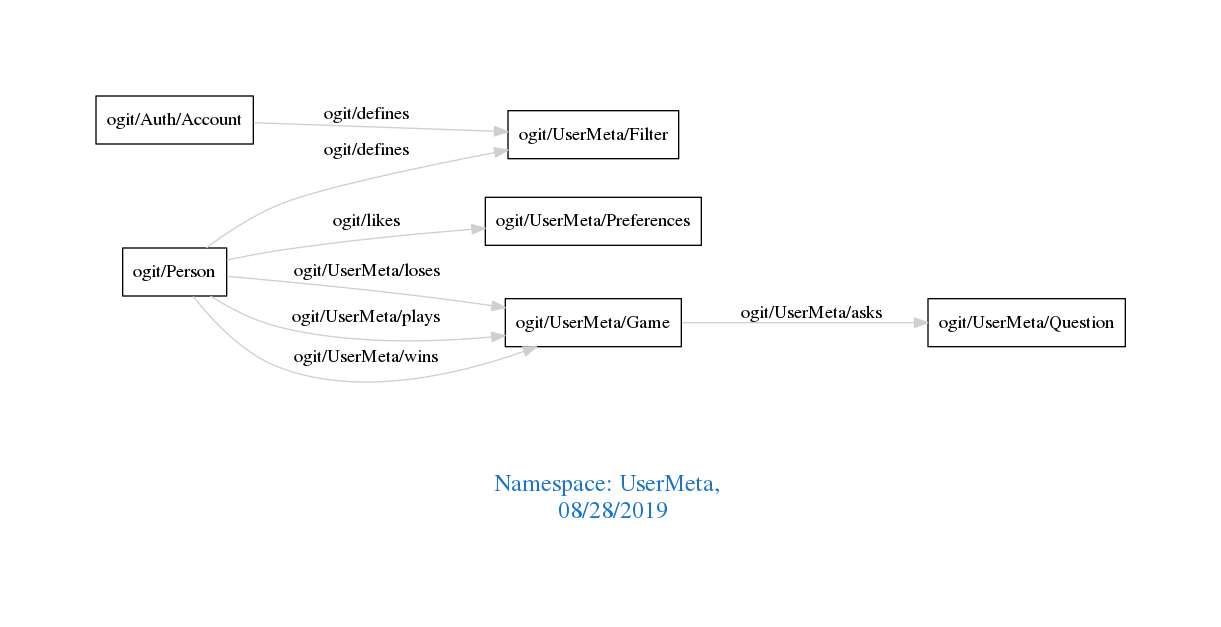
Before: downloads/UserMeta.png, a diagram exported from Graphviz (arago/OGIT). Its source is kept beside it as downloads/UserMeta.dot.
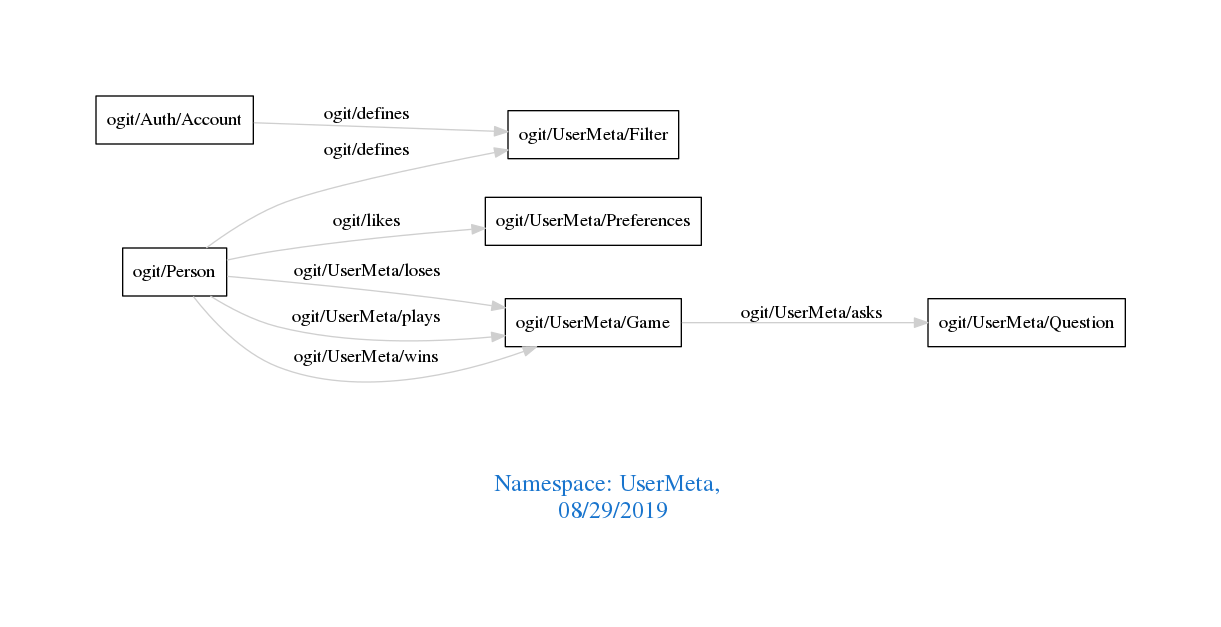
After the change.

What changed in the source:
```diff
@@ -1,7 +1,7 @@
 digraph OGIT_ontology {
  graph [ rankdir= LR,pad=1
 fontsize = 18,
-fontcolor= dodgerblue3,label = "\n\n\nNamespace: UserMeta, \n 08/28/2019"];
+fontcolor= dodgerblue3,label = "\n\n\nNamespace: UserMeta, \n 08/29/2019"];
 node[shape=polygon];
 edge [  color="gray81"];
 
```
